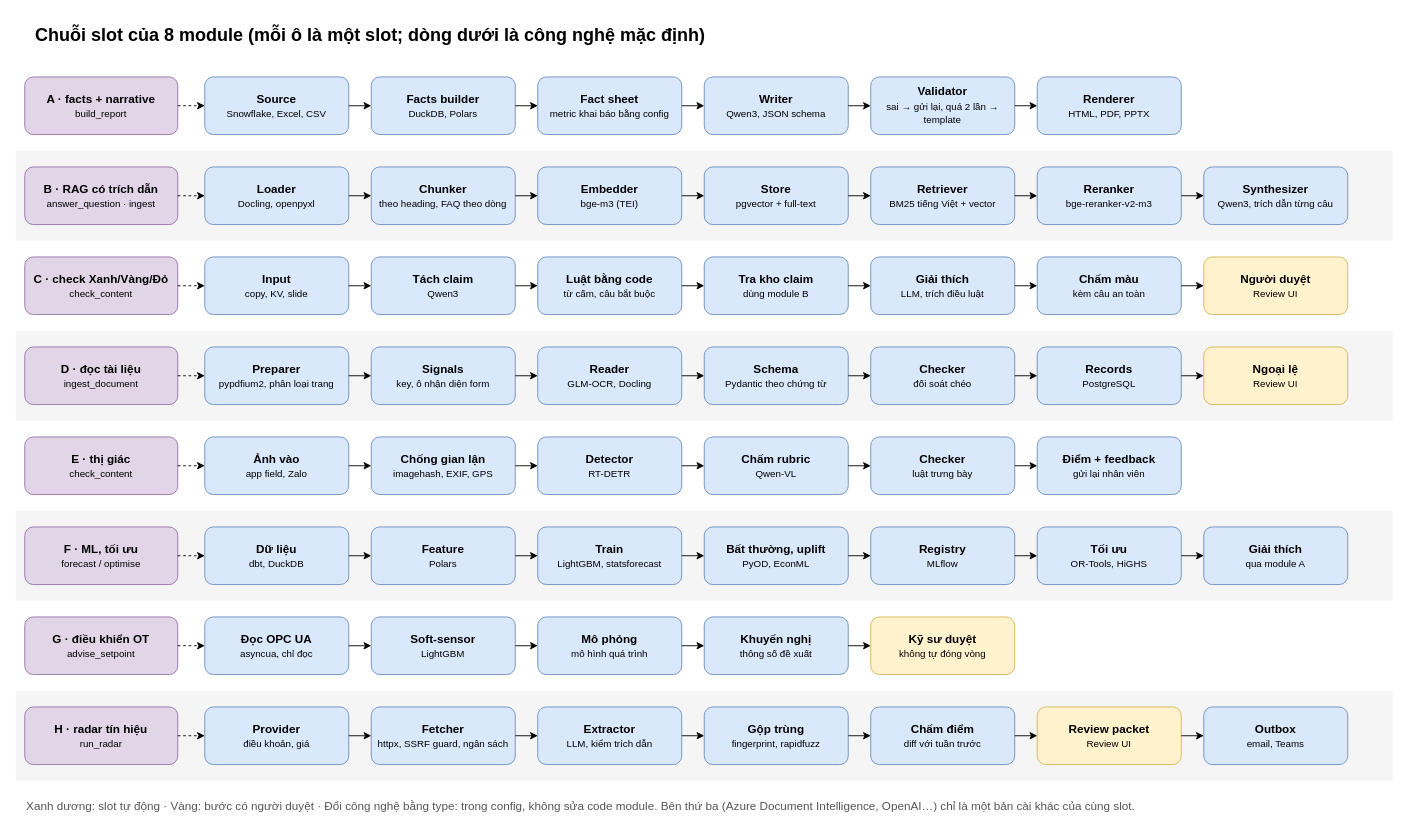
This is page "2. Chuỗi slot 8 module" (2 of 9) of docs/beyondpilot/core-flow.drawio from nguyennhatkhoa99/llmops-sre-copilot, a draw.io file, before an edit. Source tidied: cells renumbered, new cells numbered last; positions are measured from the earlier drawing's top-left corner, leaving out a move shared by most shapes. Both pictures are drawn from the tidied source at 90%, with x=0, y=0 at pixel (15, 15).
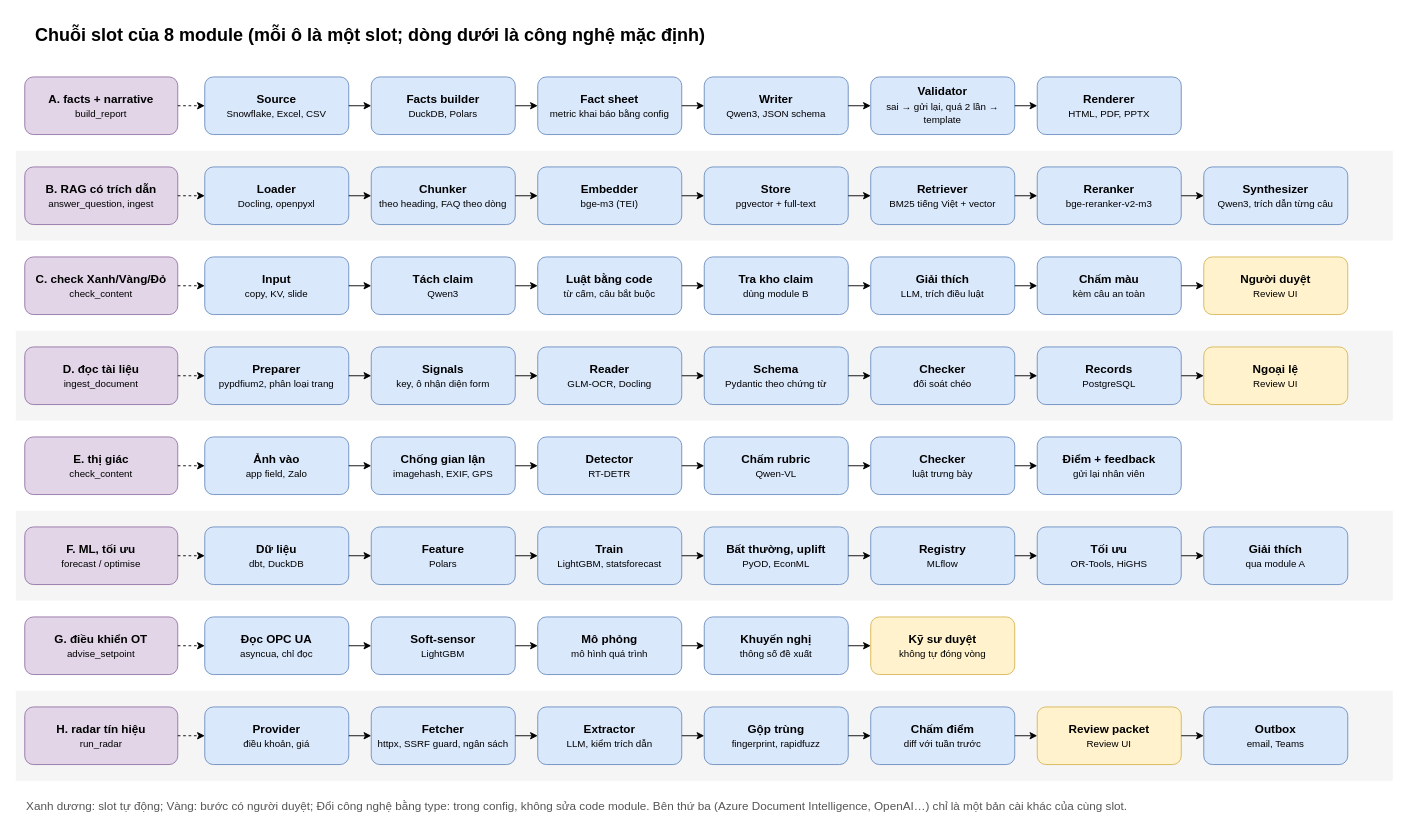
After the change.

What changed in the source:
```diff
@@
-    <mxCell id="4" value="&lt;b&gt;A · facts + narrative&lt;/b&gt;&lt;br&gt;&lt;small&gt;build_report&lt;/small&gt;" style="rounded=1;whiteSpace=wrap;html=1;fontSize=14;fontSize=13;fillColor=#e1d5e7;strokeColor=#9673a6;" parent="1" vertex="1">
+    <mxCell id="4" value="&lt;b&gt;A. facts + narrative&lt;/b&gt;&lt;br&gt;&lt;small&gt;build_report&lt;/small&gt;" style="rounded=1;whiteSpace=wrap;html=1;fontSize=14;fontSize=13;fillColor=#e1d5e7;strokeColor=#9673a6;" parent="1" vertex="1">
       <mxGeometry x="10" y="68" width="170" height="64" as="geometry" />
     </mxCell>
@@
-    <mxCell id="18" value="&lt;b&gt;B · RAG có trích dẫn&lt;/b&gt;&lt;br&gt;&lt;small&gt;answer_question · ingest&lt;/small&gt;" style="rounded=1;whiteSpace=wrap;html=1;fontSize=14;fontSize=13;fillColor=#e1d5e7;strokeColor=#9673a6;" parent="1" vertex="1">
+    <mxCell id="18" value="&lt;b&gt;B. RAG có trích dẫn&lt;/b&gt;&lt;br&gt;&lt;small&gt;answer_question, ingest&lt;/small&gt;" style="rounded=1;whiteSpace=wrap;html=1;fontSize=14;fontSize=13;fillColor=#e1d5e7;strokeColor=#9673a6;" parent="1" vertex="1">
       <mxGeometry x="10" y="168" width="170" height="64" as="geometry" />
     </mxCell>
@@
-    <mxCell id="34" value="&lt;b&gt;C · check Xanh/Vàng/Đỏ&lt;/b&gt;&lt;br&gt;&lt;small&gt;check_content&lt;/small&gt;" style="rounded=1;whiteSpace=wrap;html=1;fontSize=14;fontSize=13;fillColor=#e1d5e7;strokeColor=#9673a6;" parent="1" vertex="1">
+    <mxCell id="34" value="&lt;b&gt;C. check Xanh/Vàng/Đỏ&lt;/b&gt;&lt;br&gt;&lt;small&gt;check_content&lt;/small&gt;" style="rounded=1;whiteSpace=wrap;html=1;fontSize=14;fontSize=13;fillColor=#e1d5e7;strokeColor=#9673a6;" parent="1" vertex="1">
       <mxGeometry x="10" y="268" width="170" height="64" as="geometry" />
     </mxCell>
@@
-    <mxCell id="50" value="&lt;b&gt;D · đọc tài liệu&lt;/b&gt;&lt;br&gt;&lt;small&gt;ingest_document&lt;/small&gt;" style="rounded=1;whiteSpace=wrap;html=1;fontSize=14;fontSize=13;fillColor=#e1d5e7;strokeColor=#9673a6;" parent="1" vertex="1">
+    <mxCell id="50" value="&lt;b&gt;D. đọc tài liệu&lt;/b&gt;&lt;br&gt;&lt;small&gt;ingest_document&lt;/small&gt;" style="rounded=1;whiteSpace=wrap;html=1;fontSize=14;fontSize=13;fillColor=#e1d5e7;strokeColor=#9673a6;" parent="1" vertex="1">
       <mxGeometry x="10" y="368" width="170" height="64" as="geometry" />
     </mxCell>
@@
-    <mxCell id="66" value="&lt;b&gt;E · thị giác&lt;/b&gt;&lt;br&gt;&lt;small&gt;check_content&lt;/small&gt;" style="rounded=1;whiteSpace=wrap;html=1;fontSize=14;fontSize=13;fillColor=#e1d5e7;strokeColor=#9673a6;" parent="1" vertex="1">
+    <mxCell id="66" value="&lt;b&gt;E. thị giác&lt;/b&gt;&lt;br&gt;&lt;small&gt;check_content&lt;/small&gt;" style="rounded=1;whiteSpace=wrap;html=1;fontSize=14;fontSize=13;fillColor=#e1d5e7;strokeColor=#9673a6;" parent="1" vertex="1">
       <mxGeometry x="10" y="468" width="170" height="64" as="geometry" />
     </mxCell>
@@
-    <mxCell id="80" value="&lt;b&gt;F · ML, tối ưu&lt;/b&gt;&lt;br&gt;&lt;small&gt;forecast / optimise&lt;/small&gt;" style="rounded=1;whiteSpace=wrap;html=1;fontSize=14;fontSize=13;fillColor=#e1d5e7;strokeColor=#9673a6;" parent="1" vertex="1">
+    <mxCell id="80" value="&lt;b&gt;F. ML, tối ưu&lt;/b&gt;&lt;br&gt;&lt;small&gt;forecast / optimise&lt;/small&gt;" style="rounded=1;whiteSpace=wrap;html=1;fontSize=14;fontSize=13;fillColor=#e1d5e7;strokeColor=#9673a6;" parent="1" vertex="1">
       <mxGeometry x="10" y="568" width="170" height="64" as="geometry" />
     </mxCell>
@@
-    <mxCell id="96" value="&lt;b&gt;G · điều khiển OT&lt;/b&gt;&lt;br&gt;&lt;small&gt;advise_setpoint&lt;/small&gt;" style="rounded=1;whiteSpace=wrap;html=1;fontSize=14;fontSize=13;fillColor=#e1d5e7;strokeColor=#9673a6;" parent="1" vertex="1">
+    <mxCell id="96" value="&lt;b&gt;G. điều khiển OT&lt;/b&gt;&lt;br&gt;&lt;small&gt;advise_setpoint&lt;/small&gt;" style="rounded=1;whiteSpace=wrap;html=1;fontSize=14;fontSize=13;fillColor=#e1d5e7;strokeColor=#9673a6;" parent="1" vertex="1">
       <mxGeometry x="10" y="668" width="170" height="64" as="geometry" />
     </mxCell>
@@
-    <mxCell id="108" value="&lt;b&gt;H · radar tín hiệu&lt;/b&gt;&lt;br&gt;&lt;small&gt;run_radar&lt;/small&gt;" style="rounded=1;whiteSpace=wrap;html=1;fontSize=14;fontSize=13;fillColor=#e1d5e7;strokeColor=#9673a6;" parent="1" vertex="1">
+    <mxCell id="108" value="&lt;b&gt;H. radar tín hiệu&lt;/b&gt;&lt;br&gt;&lt;small&gt;run_radar&lt;/small&gt;" style="rounded=1;whiteSpace=wrap;html=1;fontSize=14;fontSize=13;fillColor=#e1d5e7;strokeColor=#9673a6;" parent="1" vertex="1">
       <mxGeometry x="10" y="768" width="170" height="64" as="geometry" />
     </mxCell>
@@
-    <mxCell id="123" value="Xanh dương: slot tự động · Vàng: bước có người duyệt · Đổi công nghệ bằng type: trong config, không sửa code module. Bên thứ ba (Azure Document Intelligence, OpenAI…) chỉ là một bản cài khác của cùng slot." style="text;html=1;strokeColor=none;fillColor=none;align=left;verticalAlign=middle;whiteSpace=wrap;fontSize=13;fontColor=#555555;" parent="1" vertex="1">
+    <mxCell id="123" value="Xanh dương: slot tự động; Vàng: bước có người duyệt; Đổi công nghệ bằng type: trong config, không sửa code module. Bên thứ ba (Azure Document Intelligence, OpenAI…) chỉ là một bản cài khác của cùng slot." style="text;html=1;strokeColor=none;fillColor=none;align=left;verticalAlign=middle;whiteSpace=wrap;fontSize=13;fontColor=#555555;" parent="1" vertex="1">
       <mxGeometry x="10" y="858" width="1500" height="40" as="geometry" />
     </mxCell>
```
